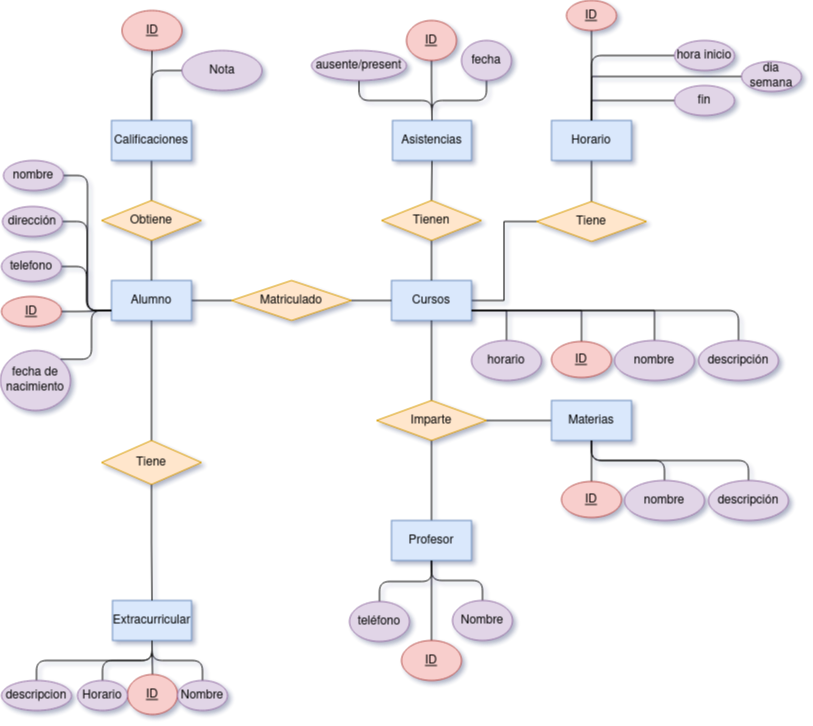
toninavhd/Base-datos keeps this draw.io diagram as Unidad-1/Tareas/Tarea_evaluable1/tareaentregable.drawio.png. Above is the earlier version. Source tidied: cells renumbered, new cells last; positions are measured from the earlier drawing's top-left corner, leaving out a move shared by most shapes.
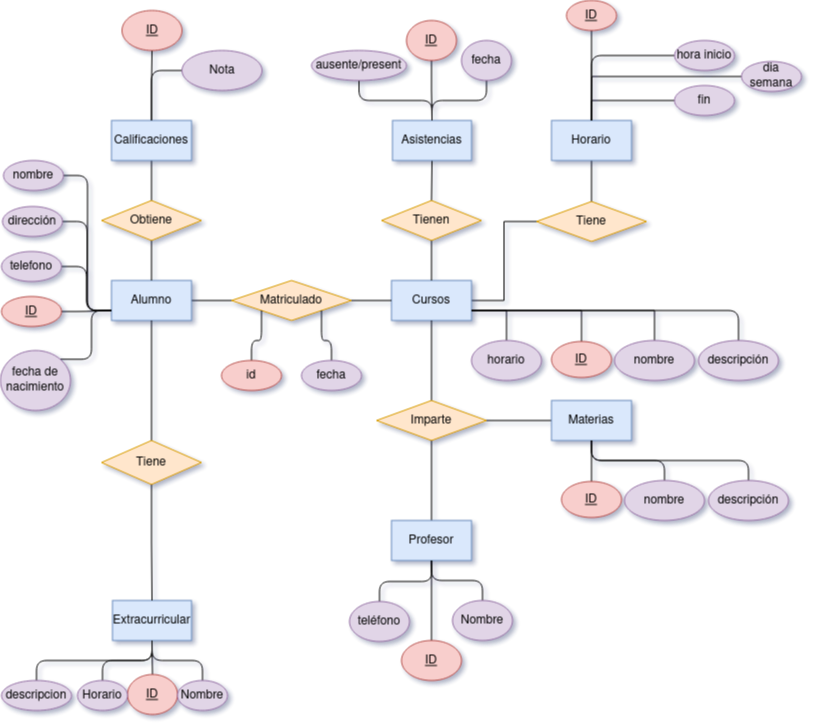
After the commit.

What changed in the source:
```diff
@@ -264,5 +264,17 @@
     <mxCell id="84" value="fin" style="ellipse;whiteSpace=wrap;html=1;fillColor=#e1d5e7;strokeColor=#9673a6;" parent="1" vertex="1">
       <mxGeometry x="674" y="85" width="60" height="30" as="geometry" />
     </mxCell>
+    <mxCell id="85" style="edgeStyle=orthogonalEdgeStyle;rounded=1;jettySize=auto;html=1;exitX=0.5;exitY=0;exitDx=0;exitDy=0;entryX=0;entryY=1;entryDx=0;entryDy=0;endArrow=none;endFill=0;" parent="1" edge="1" source="86" target="8">
+      <mxGeometry relative="1" as="geometry" />
+    </mxCell>
+    <mxCell id="86" value="id" style="ellipse;whiteSpace=wrap;html=1;fillColor=#f8cecc;strokeColor=#b85450;" parent="1" vertex="1">
+      <mxGeometry x="221" y="360" width="60" height="30" as="geometry" />
+    </mxCell>
+    <mxCell id="87" style="edgeStyle=orthogonalEdgeStyle;rounded=1;jettySize=auto;html=1;exitX=0.5;exitY=0;exitDx=0;exitDy=0;entryX=1;entryY=1;entryDx=0;entryDy=0;endArrow=none;endFill=0;" parent="1" edge="1" source="88" target="8">
+      <mxGeometry relative="1" as="geometry" />
+    </mxCell>
+    <mxCell id="88" value="fecha" style="ellipse;whiteSpace=wrap;html=1;fillColor=#e1d5e7;strokeColor=#9673a6;" parent="1" vertex="1">
+      <mxGeometry x="301" y="360" width="60" height="30" as="geometry" />
+    </mxCell>
   </root>
 </mxGraphModel>
```
